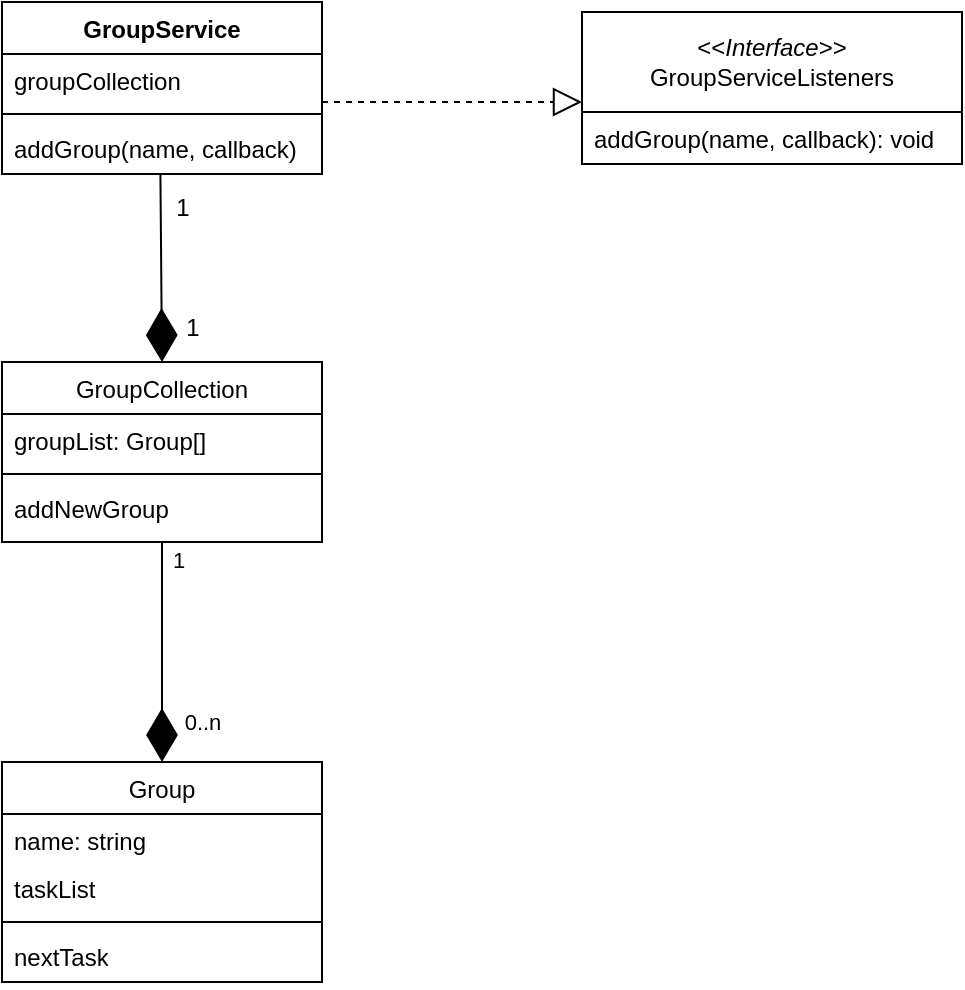
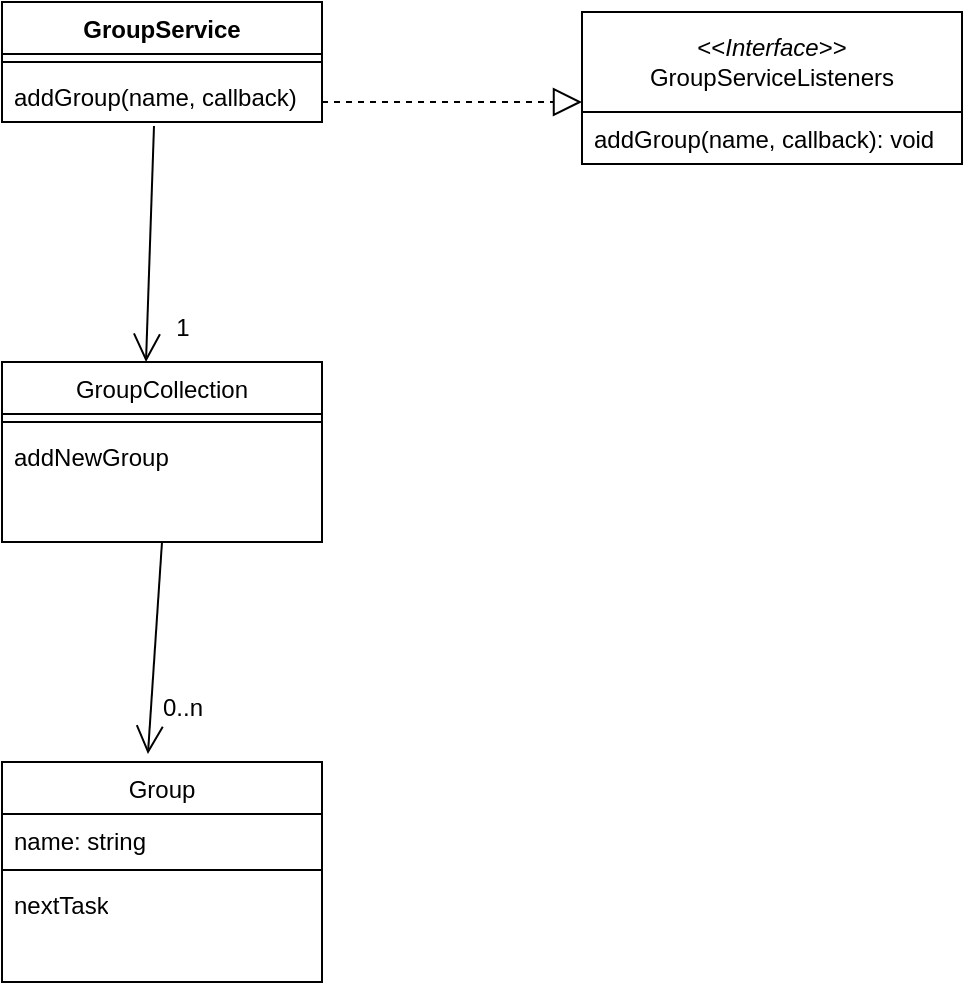
<mxfile host="app.diagrams.net" agent="Mozilla/5.0 (Windows NT 10.0; Win64; x64; rv:133.0) Gecko/20100101 Firefox/133.0" version="25.0.3">
  <diagram id="C5RBs43oDa-KdzZeNtuy" name="Page-1">
-     <mxGraphModel dx="1059" dy="615" grid="1" gridSize="10" guides="1" tooltips="1" connect="1" arrows="1" fold="1" page="1" pageScale="1" pageWidth="827" pageHeight="1169" math="0" shadow="0">
+     <mxGraphModel dx="794" dy="461" grid="1" gridSize="10" guides="1" tooltips="1" connect="1" arrows="1" fold="1" page="1" pageScale="1" pageWidth="827" pageHeight="1169" math="0" shadow="0">
      <root>
        <mxCell id="WIyWlLk6GJQsqaUBKTNV-0" />
        <mxCell id="WIyWlLk6GJQsqaUBKTNV-1" parent="WIyWlLk6GJQsqaUBKTNV-0" />
        <mxCell id="zkfFHV4jXpPFQw0GAbJ--6" value="GroupCollection" style="swimlane;fontStyle=0;align=center;verticalAlign=top;childLayout=stackLayout;horizontal=1;startSize=26;horizontalStack=0;resizeParent=1;resizeLast=0;collapsible=1;marginBottom=0;rounded=0;shadow=0;strokeWidth=1;" parent="WIyWlLk6GJQsqaUBKTNV-1" vertex="1">
          <mxGeometry x="80" y="220" width="160" height="90" as="geometry">
            <mxRectangle x="130" y="380" width="160" height="26" as="alternateBounds" />
          </mxGeometry>
        </mxCell>
-         <mxCell id="zkfFHV4jXpPFQw0GAbJ--8" value="groupList: Group[]" style="text;align=left;verticalAlign=top;spacingLeft=4;spacingRight=4;overflow=hidden;rotatable=0;points=[[0,0.5],[1,0.5]];portConstraint=eastwest;rounded=0;shadow=0;html=0;" parent="zkfFHV4jXpPFQw0GAbJ--6" vertex="1">
-           <mxGeometry y="26" width="160" height="26" as="geometry" />
-         </mxCell>
        <mxCell id="zkfFHV4jXpPFQw0GAbJ--9" value="" style="line;html=1;strokeWidth=1;align=left;verticalAlign=middle;spacingTop=-1;spacingLeft=3;spacingRight=3;rotatable=0;labelPosition=right;points=[];portConstraint=eastwest;" parent="zkfFHV4jXpPFQw0GAbJ--6" vertex="1">
-           <mxGeometry y="52" width="160" height="8" as="geometry" />
+           <mxGeometry y="26" width="160" height="8" as="geometry" />
        </mxCell>
        <mxCell id="zkfFHV4jXpPFQw0GAbJ--10" value="addNewGroup" style="text;align=left;verticalAlign=top;spacingLeft=4;spacingRight=4;overflow=hidden;rotatable=0;points=[[0,0.5],[1,0.5]];portConstraint=eastwest;fontStyle=0" parent="zkfFHV4jXpPFQw0GAbJ--6" vertex="1">
-           <mxGeometry y="60" width="160" height="26" as="geometry" />
+           <mxGeometry y="34" width="160" height="26" as="geometry" />
        </mxCell>
        <mxCell id="zkfFHV4jXpPFQw0GAbJ--13" value="Group" style="swimlane;fontStyle=0;align=center;verticalAlign=top;childLayout=stackLayout;horizontal=1;startSize=26;horizontalStack=0;resizeParent=1;resizeLast=0;collapsible=1;marginBottom=0;rounded=0;shadow=0;strokeWidth=1;" parent="WIyWlLk6GJQsqaUBKTNV-1" vertex="1">
          <mxGeometry x="80" y="420" width="160" height="110" as="geometry">
            <mxRectangle x="340" y="380" width="170" height="26" as="alternateBounds" />
          </mxGeometry>
        </mxCell>
        <mxCell id="zkfFHV4jXpPFQw0GAbJ--14" value="name: string" style="text;align=left;verticalAlign=top;spacingLeft=4;spacingRight=4;overflow=hidden;rotatable=0;points=[[0,0.5],[1,0.5]];portConstraint=eastwest;" parent="zkfFHV4jXpPFQw0GAbJ--13" vertex="1">
          <mxGeometry y="26" width="160" height="24" as="geometry" />
        </mxCell>
-         <mxCell id="2PPdx7-YqYG3QhNQI_HN-6" value="taskList" style="text;strokeColor=none;fillColor=none;align=left;verticalAlign=top;spacingLeft=4;spacingRight=4;overflow=hidden;rotatable=0;points=[[0,0.5],[1,0.5]];portConstraint=eastwest;whiteSpace=wrap;html=1;" vertex="1" parent="zkfFHV4jXpPFQw0GAbJ--13">
-           <mxGeometry y="50" width="160" height="26" as="geometry" />
+         <mxCell id="zkfFHV4jXpPFQw0GAbJ--15" value="" style="line;html=1;strokeWidth=1;align=left;verticalAlign=middle;spacingTop=-1;spacingLeft=3;spacingRight=3;rotatable=0;labelPosition=right;points=[];portConstraint=eastwest;" parent="zkfFHV4jXpPFQw0GAbJ--13" vertex="1">
+           <mxGeometry y="50" width="160" height="8" as="geometry" />
        </mxCell>
-         <mxCell id="zkfFHV4jXpPFQw0GAbJ--15" value="" style="line;html=1;strokeWidth=1;align=left;verticalAlign=middle;spacingTop=-1;spacingLeft=3;spacingRight=3;rotatable=0;labelPosition=right;points=[];portConstraint=eastwest;" parent="zkfFHV4jXpPFQw0GAbJ--13" vertex="1">
-           <mxGeometry y="76" width="160" height="8" as="geometry" />
+         <mxCell id="2PPdx7-YqYG3QhNQI_HN-9" value="nextTask" style="text;strokeColor=none;fillColor=none;align=left;verticalAlign=top;spacingLeft=4;spacingRight=4;overflow=hidden;rotatable=0;points=[[0,0.5],[1,0.5]];portConstraint=eastwest;whiteSpace=wrap;html=1;" parent="zkfFHV4jXpPFQw0GAbJ--13" vertex="1">
+           <mxGeometry y="58" width="160" height="26" as="geometry" />
        </mxCell>
-         <mxCell id="2PPdx7-YqYG3QhNQI_HN-9" value="nextTask" style="text;strokeColor=none;fillColor=none;align=left;verticalAlign=top;spacingLeft=4;spacingRight=4;overflow=hidden;rotatable=0;points=[[0,0.5],[1,0.5]];portConstraint=eastwest;whiteSpace=wrap;html=1;" vertex="1" parent="zkfFHV4jXpPFQw0GAbJ--13">
-           <mxGeometry y="84" width="160" height="26" as="geometry" />
+         <mxCell id="2PPdx7-YqYG3QhNQI_HN-14" value="GroupService" style="swimlane;fontStyle=1;align=center;verticalAlign=top;childLayout=stackLayout;horizontal=1;startSize=26;horizontalStack=0;resizeParent=1;resizeParentMax=0;resizeLast=0;collapsible=1;marginBottom=0;whiteSpace=wrap;html=1;" parent="WIyWlLk6GJQsqaUBKTNV-1" vertex="1">
+           <mxGeometry x="80" y="40" width="160" height="60" as="geometry" />
        </mxCell>
-         <mxCell id="2PPdx7-YqYG3QhNQI_HN-14" value="GroupService" style="swimlane;fontStyle=1;align=center;verticalAlign=top;childLayout=stackLayout;horizontal=1;startSize=26;horizontalStack=0;resizeParent=1;resizeParentMax=0;resizeLast=0;collapsible=1;marginBottom=0;whiteSpace=wrap;html=1;" vertex="1" parent="WIyWlLk6GJQsqaUBKTNV-1">
-           <mxGeometry x="80" y="40" width="160" height="86" as="geometry" />
+         <mxCell id="2PPdx7-YqYG3QhNQI_HN-16" value="" style="line;strokeWidth=1;fillColor=none;align=left;verticalAlign=middle;spacingTop=-1;spacingLeft=3;spacingRight=3;rotatable=0;labelPosition=right;points=[];portConstraint=eastwest;strokeColor=inherit;" parent="2PPdx7-YqYG3QhNQI_HN-14" vertex="1">
+           <mxGeometry y="26" width="160" height="8" as="geometry" />
        </mxCell>
-         <mxCell id="2PPdx7-YqYG3QhNQI_HN-15" value="groupCollection" style="text;strokeColor=none;fillColor=none;align=left;verticalAlign=top;spacingLeft=4;spacingRight=4;overflow=hidden;rotatable=0;points=[[0,0.5],[1,0.5]];portConstraint=eastwest;whiteSpace=wrap;html=1;" vertex="1" parent="2PPdx7-YqYG3QhNQI_HN-14">
-           <mxGeometry y="26" width="160" height="26" as="geometry" />
+         <mxCell id="2PPdx7-YqYG3QhNQI_HN-17" value="addGroup(name, callback)" style="text;strokeColor=none;fillColor=none;align=left;verticalAlign=top;spacingLeft=4;spacingRight=4;overflow=hidden;rotatable=0;points=[[0,0.5],[1,0.5]];portConstraint=eastwest;whiteSpace=wrap;html=1;" parent="2PPdx7-YqYG3QhNQI_HN-14" vertex="1">
+           <mxGeometry y="34" width="160" height="26" as="geometry" />
        </mxCell>
-         <mxCell id="2PPdx7-YqYG3QhNQI_HN-16" value="" style="line;strokeWidth=1;fillColor=none;align=left;verticalAlign=middle;spacingTop=-1;spacingLeft=3;spacingRight=3;rotatable=0;labelPosition=right;points=[];portConstraint=eastwest;strokeColor=inherit;" vertex="1" parent="2PPdx7-YqYG3QhNQI_HN-14">
-           <mxGeometry y="52" width="160" height="8" as="geometry" />
-         </mxCell>
-         <mxCell id="2PPdx7-YqYG3QhNQI_HN-17" value="addGroup(name, callback)" style="text;strokeColor=none;fillColor=none;align=left;verticalAlign=top;spacingLeft=4;spacingRight=4;overflow=hidden;rotatable=0;points=[[0,0.5],[1,0.5]];portConstraint=eastwest;whiteSpace=wrap;html=1;" vertex="1" parent="2PPdx7-YqYG3QhNQI_HN-14">
-           <mxGeometry y="60" width="160" height="26" as="geometry" />
-         </mxCell>
-         <mxCell id="2PPdx7-YqYG3QhNQI_HN-3" value="" style="endArrow=diamondThin;endFill=1;endSize=24;html=1;rounded=0;entryX=0.5;entryY=0;entryDx=0;entryDy=0;" edge="1" parent="WIyWlLk6GJQsqaUBKTNV-1" target="zkfFHV4jXpPFQw0GAbJ--13">
-           <mxGeometry width="160" relative="1" as="geometry">
-             <mxPoint x="160" y="310" as="sourcePoint" />
-             <mxPoint x="400" y="290" as="targetPoint" />
-           </mxGeometry>
-         </mxCell>
-         <mxCell id="2PPdx7-YqYG3QhNQI_HN-4" value="1" style="edgeLabel;html=1;align=center;verticalAlign=middle;resizable=0;points=[];" vertex="1" connectable="0" parent="2PPdx7-YqYG3QhNQI_HN-3">
-           <mxGeometry x="-0.7157" y="3" relative="1" as="geometry">
-             <mxPoint x="5" y="-7" as="offset" />
-           </mxGeometry>
-         </mxCell>
-         <mxCell id="2PPdx7-YqYG3QhNQI_HN-5" value="0..n" style="edgeLabel;html=1;align=center;verticalAlign=middle;resizable=0;points=[];" vertex="1" connectable="0" parent="2PPdx7-YqYG3QhNQI_HN-3">
-           <mxGeometry x="0.6503" y="1" relative="1" as="geometry">
-             <mxPoint x="19" y="-1" as="offset" />
-           </mxGeometry>
-         </mxCell>
-         <mxCell id="2PPdx7-YqYG3QhNQI_HN-19" value="" style="endArrow=diamondThin;endFill=1;endSize=24;html=1;rounded=0;exitX=0.495;exitY=0.982;exitDx=0;exitDy=0;exitPerimeter=0;entryX=0.5;entryY=0;entryDx=0;entryDy=0;" edge="1" parent="WIyWlLk6GJQsqaUBKTNV-1" source="2PPdx7-YqYG3QhNQI_HN-17" target="zkfFHV4jXpPFQw0GAbJ--6">
-           <mxGeometry width="160" relative="1" as="geometry">
-             <mxPoint x="100" y="190" as="sourcePoint" />
-             <mxPoint x="260" y="190" as="targetPoint" />
-           </mxGeometry>
-         </mxCell>
-         <mxCell id="2PPdx7-YqYG3QhNQI_HN-20" value="1" style="text;html=1;align=center;verticalAlign=middle;resizable=0;points=[];autosize=1;strokeColor=none;fillColor=none;" vertex="1" parent="WIyWlLk6GJQsqaUBKTNV-1">
-           <mxGeometry x="155" y="128" width="30" height="30" as="geometry" />
-         </mxCell>
-         <mxCell id="2PPdx7-YqYG3QhNQI_HN-21" value="1" style="text;html=1;align=center;verticalAlign=middle;resizable=0;points=[];autosize=1;strokeColor=none;fillColor=none;" vertex="1" parent="WIyWlLk6GJQsqaUBKTNV-1">
-           <mxGeometry x="160" y="188" width="30" height="30" as="geometry" />
-         </mxCell>
-         <mxCell id="2PPdx7-YqYG3QhNQI_HN-24" value="&lt;div&gt;&amp;lt;&amp;lt;&lt;i&gt;Interface&lt;/i&gt;&amp;gt;&amp;gt;&lt;br&gt;&lt;/div&gt;&lt;div&gt;GroupServiceListeners&lt;/div&gt;" style="swimlane;fontStyle=0;childLayout=stackLayout;horizontal=1;startSize=50;fillColor=none;horizontalStack=0;resizeParent=1;resizeParentMax=0;resizeLast=0;collapsible=1;marginBottom=0;whiteSpace=wrap;html=1;" vertex="1" parent="WIyWlLk6GJQsqaUBKTNV-1">
+         <mxCell id="2PPdx7-YqYG3QhNQI_HN-24" value="&lt;div&gt;&amp;lt;&amp;lt;&lt;i&gt;Interface&lt;/i&gt;&amp;gt;&amp;gt;&lt;br&gt;&lt;/div&gt;&lt;div&gt;GroupServiceListeners&lt;/div&gt;" style="swimlane;fontStyle=0;childLayout=stackLayout;horizontal=1;startSize=50;fillColor=none;horizontalStack=0;resizeParent=1;resizeParentMax=0;resizeLast=0;collapsible=1;marginBottom=0;whiteSpace=wrap;html=1;" parent="WIyWlLk6GJQsqaUBKTNV-1" vertex="1">
          <mxGeometry x="370" y="45" width="190" height="76" as="geometry" />
        </mxCell>
-         <mxCell id="2PPdx7-YqYG3QhNQI_HN-28" value="addGroup(name, callback): void" style="text;strokeColor=none;fillColor=none;align=left;verticalAlign=top;spacingLeft=4;spacingRight=4;overflow=hidden;rotatable=0;points=[[0,0.5],[1,0.5]];portConstraint=eastwest;whiteSpace=wrap;html=1;" vertex="1" parent="2PPdx7-YqYG3QhNQI_HN-24">
+         <mxCell id="2PPdx7-YqYG3QhNQI_HN-28" value="addGroup(name, callback): void" style="text;strokeColor=none;fillColor=none;align=left;verticalAlign=top;spacingLeft=4;spacingRight=4;overflow=hidden;rotatable=0;points=[[0,0.5],[1,0.5]];portConstraint=eastwest;whiteSpace=wrap;html=1;" parent="2PPdx7-YqYG3QhNQI_HN-24" vertex="1">
          <mxGeometry y="50" width="190" height="26" as="geometry" />
        </mxCell>
-         <mxCell id="2PPdx7-YqYG3QhNQI_HN-29" value="" style="endArrow=block;dashed=1;endFill=0;endSize=12;html=1;rounded=0;" edge="1" parent="WIyWlLk6GJQsqaUBKTNV-1">
+         <mxCell id="2PPdx7-YqYG3QhNQI_HN-29" value="" style="endArrow=block;dashed=1;endFill=0;endSize=12;html=1;rounded=0;" parent="WIyWlLk6GJQsqaUBKTNV-1" edge="1">
          <mxGeometry width="160" relative="1" as="geometry">
            <mxPoint x="240" y="90" as="sourcePoint" />
            <mxPoint x="370" y="90" as="targetPoint" />
          </mxGeometry>
        </mxCell>
+         <mxCell id="V3XAilx2oiw2KiiHJ0iP-0" value="" style="endArrow=open;endFill=1;endSize=12;html=1;rounded=0;entryX=0.45;entryY=0;entryDx=0;entryDy=0;entryPerimeter=0;exitX=0.475;exitY=1.077;exitDx=0;exitDy=0;exitPerimeter=0;" edge="1" parent="WIyWlLk6GJQsqaUBKTNV-1" source="2PPdx7-YqYG3QhNQI_HN-17" target="zkfFHV4jXpPFQw0GAbJ--6">
+           <mxGeometry width="160" relative="1" as="geometry">
+             <mxPoint x="170" y="120" as="sourcePoint" />
+             <mxPoint x="490" y="250" as="targetPoint" />
+           </mxGeometry>
+         </mxCell>
+         <mxCell id="V3XAilx2oiw2KiiHJ0iP-2" value="1" style="text;html=1;align=center;verticalAlign=middle;resizable=0;points=[];autosize=1;strokeColor=none;fillColor=none;" vertex="1" parent="WIyWlLk6GJQsqaUBKTNV-1">
+           <mxGeometry x="155" y="188" width="30" height="30" as="geometry" />
+         </mxCell>
+         <mxCell id="V3XAilx2oiw2KiiHJ0iP-3" value="" style="endArrow=open;endFill=1;endSize=12;html=1;rounded=0;exitX=0.5;exitY=1;exitDx=0;exitDy=0;entryX=0.456;entryY=-0.036;entryDx=0;entryDy=0;entryPerimeter=0;" edge="1" parent="WIyWlLk6GJQsqaUBKTNV-1" source="zkfFHV4jXpPFQw0GAbJ--6" target="zkfFHV4jXpPFQw0GAbJ--13">
+           <mxGeometry width="160" relative="1" as="geometry">
+             <mxPoint x="330" y="250" as="sourcePoint" />
+             <mxPoint x="490" y="250" as="targetPoint" />
+           </mxGeometry>
+         </mxCell>
+         <mxCell id="V3XAilx2oiw2KiiHJ0iP-6" value="0..n" style="text;html=1;align=center;verticalAlign=middle;resizable=0;points=[];autosize=1;strokeColor=none;fillColor=none;" vertex="1" parent="WIyWlLk6GJQsqaUBKTNV-1">
+           <mxGeometry x="150" y="378" width="40" height="30" as="geometry" />
+         </mxCell>
      </root>
    </mxGraphModel>
  </diagram>
</mxfile>
